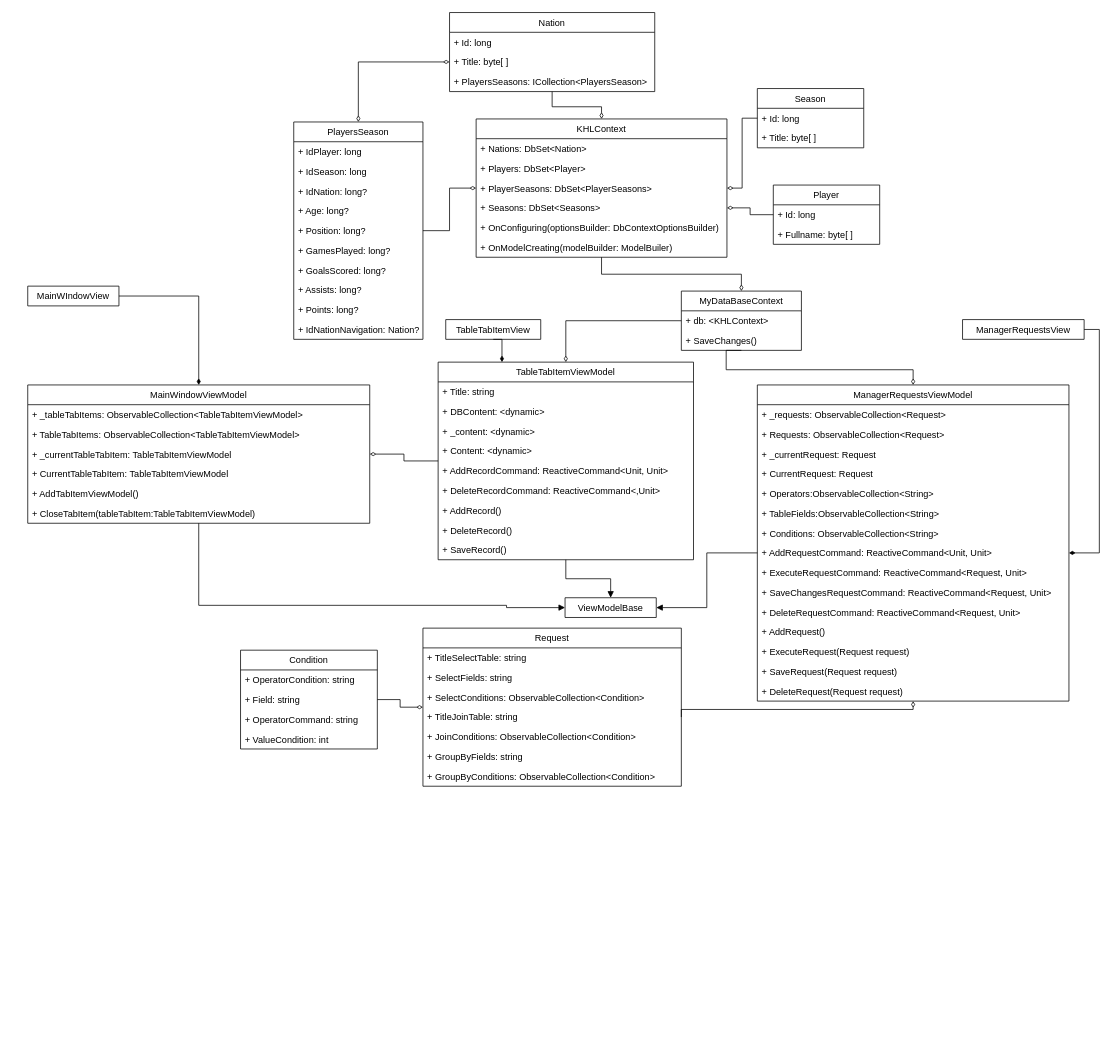
Before: ClassDiagram.drawio in artemoshepkov/DataBaseViewer, a draw.io diagram. Source tidied: cells renumbered, new cells numbered last; positions are measured from the earlier drawing's top-left corner, leaving out a move shared by most shapes. Both pictures are drawn from the tidied source at 76%, with x=0, y=0 at pixel (27, 12).
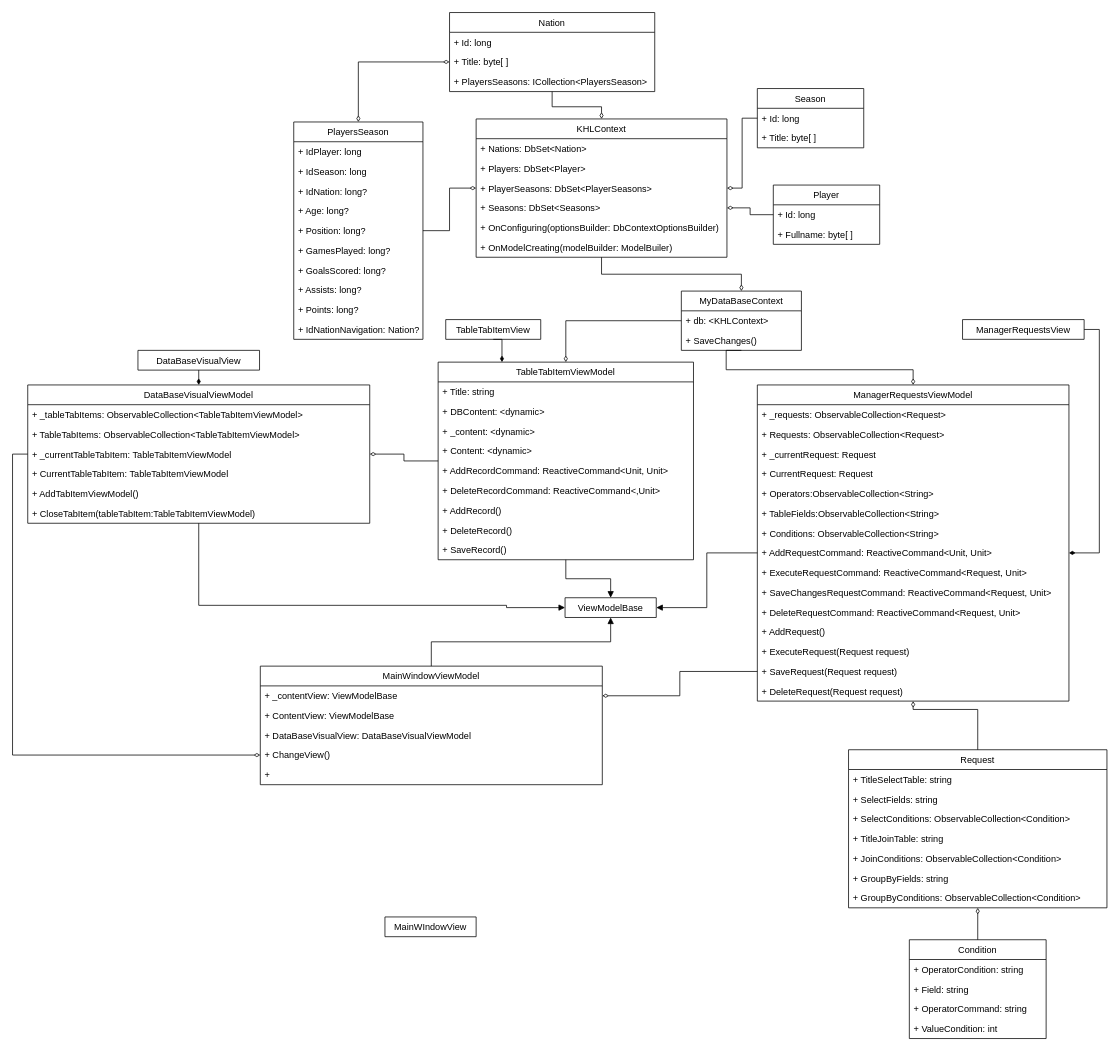
The same diagram, later.

Unchanged cells that the change refers to:
```xml
<mxCell id="38" value="+ _currentTableTabItem: TableTabItemViewModel" style="text;strokeColor=none;fillColor=none;align=left;verticalAlign=top;spacingLeft=4;spacingRight=4;overflow=hidden;points=[[0,0.5],[1,0.5]];portConstraint=eastwest;rounded=0;shadow=0;glass=0;sketch=0;" parent="35" vertex="1">
  <mxGeometry y="78" width="450" height="26" as="geometry" />
</mxCell>
<mxCell id="42" value="ViewModelBase" style="swimlane;fontStyle=0;horizontal=1;startSize=26;fillColor=none;rounded=0;shadow=0;glass=0;sketch=0;strokeColor=default;strokeWidth=1;" parent="1" vertex="1" collapsed="1">
  <mxGeometry x="707" y="770" width="120" height="26" as="geometry" />
</mxCell>
<mxCell id="44" value="ManagerRequestsViewModel" style="swimlane;fontStyle=0;horizontal=1;startSize=26;fillColor=none;rounded=0;shadow=0;glass=0;sketch=0;strokeColor=default;strokeWidth=1;" parent="1" vertex="1">
  <mxGeometry x="960" y="490" width="410" height="416" as="geometry" />
</mxCell>
<mxCell id="58" value="+ SaveRequest(Request request)" style="text;strokeColor=none;fillColor=none;align=left;verticalAlign=top;spacingLeft=4;spacingRight=4;overflow=hidden;points=[[0,0.5],[1,0.5]];portConstraint=eastwest;rounded=0;shadow=0;glass=0;sketch=0;" parent="44" vertex="1">
  <mxGeometry y="364" width="410" height="26" as="geometry" />
</mxCell>
<mxCell id="78" value="+ TitleJoinTable: string" style="text;strokeColor=none;fillColor=none;align=left;verticalAlign=top;spacingLeft=4;spacingRight=4;overflow=hidden;points=[[0,0.5],[1,0.5]];portConstraint=eastwest;rounded=0;shadow=0;glass=0;sketch=0;" parent="74" vertex="1">
  <mxGeometry y="104" width="340" height="26" as="geometry" />
</mxCell>
<mxCell id="85" value="+ Field: string" style="text;strokeColor=none;fillColor=none;align=left;verticalAlign=top;spacingLeft=4;spacingRight=4;overflow=hidden;points=[[0,0.5],[1,0.5]];portConstraint=eastwest;rounded=0;shadow=0;glass=0;sketch=0;" parent="83" vertex="1">
  <mxGeometry y="52" width="180" height="26" as="geometry" />
</mxCell>
```

What changed in the source:
```diff
@@
-    <mxCell id="35" value="MainWindowViewModel" style="swimlane;fontStyle=0;horizontal=1;startSize=26;fillColor=none;rounded=0;shadow=0;glass=0;sketch=0;strokeColor=default;strokeWidth=1;" parent="1" vertex="1">
+    <mxCell id="35" value="DataBaseVisualViewModel" style="swimlane;fontStyle=0;horizontal=1;startSize=26;fillColor=none;rounded=0;shadow=0;glass=0;sketch=0;strokeColor=default;strokeWidth=1;" parent="1" vertex="1">
       <mxGeometry y="490" width="450" height="182" as="geometry" />
     </mxCell>
@@
-    <mxCell id="73" style="edgeStyle=orthogonalEdgeStyle;rounded=0;jettySize=auto;html=1;exitX=1;exitY=0.5;exitDx=0;exitDy=0;startArrow=none;startFill=0;endArrow=diamondThin;endFill=0;" parent="1" edge="1" source="78" target="44">
+    <mxCell id="73" style="edgeStyle=orthogonalEdgeStyle;rounded=0;jettySize=auto;html=1;exitX=0.5;exitY=0;exitDx=0;exitDy=0;startArrow=none;startFill=0;endArrow=diamondThin;endFill=0;" parent="1" edge="1" source="74" target="44">
       <mxGeometry relative="1" as="geometry">
         <Array as="points">
+          <mxPoint x="1250" y="917" />
           <mxPoint x="1165" y="917" />
         </Array>
       </mxGeometry>
     </mxCell>
     <mxCell id="74" value="Request" style="swimlane;fontStyle=0;horizontal=1;startSize=26;fillColor=none;rounded=0;shadow=0;glass=0;sketch=0;strokeColor=default;strokeWidth=1;" parent="1" vertex="1">
-      <mxGeometry x="520" y="810" width="340" height="208" as="geometry" />
+      <mxGeometry x="1080" y="970" width="340" height="208" as="geometry" />
     </mxCell>
@@
-    <mxCell id="82" style="edgeStyle=orthogonalEdgeStyle;rounded=0;jettySize=auto;html=1;exitX=1;exitY=0.5;exitDx=0;exitDy=0;startArrow=none;startFill=0;endArrow=diamondThin;endFill=0;" parent="1" edge="1" source="85" target="74">
+    <mxCell id="82" style="edgeStyle=orthogonalEdgeStyle;rounded=0;jettySize=auto;html=1;exitX=0.5;exitY=0;exitDx=0;exitDy=0;startArrow=none;startFill=0;endArrow=diamondThin;endFill=0;" parent="1" edge="1" source="83" target="74">
       <mxGeometry relative="1" as="geometry" />
     </mxCell>
     <mxCell id="83" value="Condition" style="swimlane;fontStyle=0;horizontal=1;startSize=26;fillColor=none;rounded=0;shadow=0;glass=0;sketch=0;strokeColor=default;strokeWidth=1;" parent="1" vertex="1">
-      <mxGeometry x="280" y="839" width="180" height="130" as="geometry" />
+      <mxGeometry x="1160" y="1220" width="180" height="130" as="geometry" />
     </mxCell>
@@
-    <mxCell id="91" style="edgeStyle=orthogonalEdgeStyle;rounded=0;jettySize=auto;html=1;exitX=1;exitY=0.5;exitDx=0;exitDy=0;entryX=0.5;entryY=0;entryDx=0;entryDy=0;endArrow=diamondThin;endFill=1;" parent="1" edge="1" source="92" target="35">
+    <mxCell id="91" style="edgeStyle=orthogonalEdgeStyle;rounded=0;jettySize=auto;html=1;exitX=0.5;exitY=1;exitDx=0;exitDy=0;entryX=0.5;entryY=0;entryDx=0;entryDy=0;endArrow=diamondThin;endFill=1;" parent="1" edge="1" source="92" target="35">
       <mxGeometry relative="1" as="geometry" />
     </mxCell>
-    <mxCell id="92" value="MainWIndowView" style="swimlane;fontStyle=0;horizontal=1;startSize=26;fillColor=none;rounded=0;shadow=0;glass=0;sketch=0;strokeColor=default;strokeWidth=1;" parent="1" vertex="1" collapsed="1">
-      <mxGeometry y="360" width="120" height="26" as="geometry" />
+    <mxCell id="92" value="DataBaseVisualView" style="swimlane;fontStyle=0;horizontal=1;startSize=26;fillColor=none;rounded=0;shadow=0;glass=0;sketch=0;strokeColor=default;strokeWidth=1;" parent="1" vertex="1" collapsed="1">
+      <mxGeometry x="145" y="444.5" width="160" height="26" as="geometry" />
     </mxCell>
@@
+    <mxCell id="100" style="edgeStyle=orthogonalEdgeStyle;rounded=0;jettySize=auto;html=1;exitX=0.5;exitY=0;exitDx=0;exitDy=0;entryX=0.5;entryY=1;entryDx=0;entryDy=0;endArrow=block;endFill=1;endSize=6;" parent="1" edge="1" source="101" target="42">
+      <mxGeometry relative="1" as="geometry" />
+    </mxCell>
+    <mxCell id="101" value="MainWindowViewModel" style="swimlane;fontStyle=0;horizontal=1;startSize=26;fillColor=none;rounded=0;shadow=0;glass=0;sketch=0;strokeColor=default;strokeWidth=1;" parent="1" vertex="1">
+      <mxGeometry x="306" y="860" width="450" height="156" as="geometry" />
+    </mxCell>
+    <mxCell id="102" value="+ _contentView: ViewModelBase" style="text;strokeColor=none;fillColor=none;align=left;verticalAlign=top;spacingLeft=4;spacingRight=4;overflow=hidden;points=[[0,0.5],[1,0.5]];portConstraint=eastwest;rounded=0;shadow=0;glass=0;sketch=0;" parent="101" vertex="1">
+      <mxGeometry y="26" width="450" height="26" as="geometry" />
+    </mxCell>
+    <mxCell id="103" value="+ ContentView: ViewModelBase" style="text;strokeColor=none;fillColor=none;align=left;verticalAlign=top;spacingLeft=4;spacingRight=4;overflow=hidden;rounded=0;shadow=0;glass=0;sketch=0;" parent="101" vertex="1">
+      <mxGeometry y="52" width="450" height="26" as="geometry" />
+    </mxCell>
+    <mxCell id="104" value="+ DataBaseVisualView: DataBaseVisualViewModel" style="text;strokeColor=none;fillColor=none;align=left;verticalAlign=top;spacingLeft=4;spacingRight=4;overflow=hidden;rounded=0;shadow=0;glass=0;sketch=0;" parent="101" vertex="1">
+      <mxGeometry y="78" width="450" height="26" as="geometry" />
+    </mxCell>
+    <mxCell id="105" value="+ ChangeView()" style="text;strokeColor=none;fillColor=none;align=left;verticalAlign=top;spacingLeft=4;spacingRight=4;overflow=hidden;points=[[0,0.5],[1,0.5]];portConstraint=eastwest;rounded=0;shadow=0;glass=0;sketch=0;" parent="101" vertex="1">
+      <mxGeometry y="104" width="450" height="26" as="geometry" />
+    </mxCell>
+    <mxCell id="106" value="+ " style="text;strokeColor=none;fillColor=none;align=left;verticalAlign=top;spacingLeft=4;spacingRight=4;overflow=hidden;rounded=0;shadow=0;glass=0;sketch=0;" parent="101" vertex="1">
+      <mxGeometry y="130" width="450" height="26" as="geometry" />
+    </mxCell>
+    <mxCell id="107" value="MainWIndowView" style="swimlane;fontStyle=0;horizontal=1;startSize=26;fillColor=none;rounded=0;shadow=0;glass=0;sketch=0;strokeColor=default;strokeWidth=1;" parent="1" vertex="1" collapsed="1">
+      <mxGeometry x="470" y="1190" width="120" height="26" as="geometry" />
+    </mxCell>
+    <mxCell id="108" style="edgeStyle=orthogonalEdgeStyle;rounded=0;jettySize=auto;html=1;exitX=0;exitY=0.5;exitDx=0;exitDy=0;endArrow=diamondThin;endFill=0;entryX=0;entryY=0.5;entryDx=0;entryDy=0;" parent="1" edge="1" source="38" target="105">
+      <mxGeometry relative="1" as="geometry" />
+    </mxCell>
+    <mxCell id="109" style="edgeStyle=orthogonalEdgeStyle;rounded=0;jettySize=auto;html=1;exitX=0;exitY=0.5;exitDx=0;exitDy=0;entryX=1;entryY=0.5;entryDx=0;entryDy=0;endArrow=diamondThin;endFill=0;" parent="1" edge="1" source="58" target="102">
+      <mxGeometry relative="1" as="geometry" />
+    </mxCell>
```
